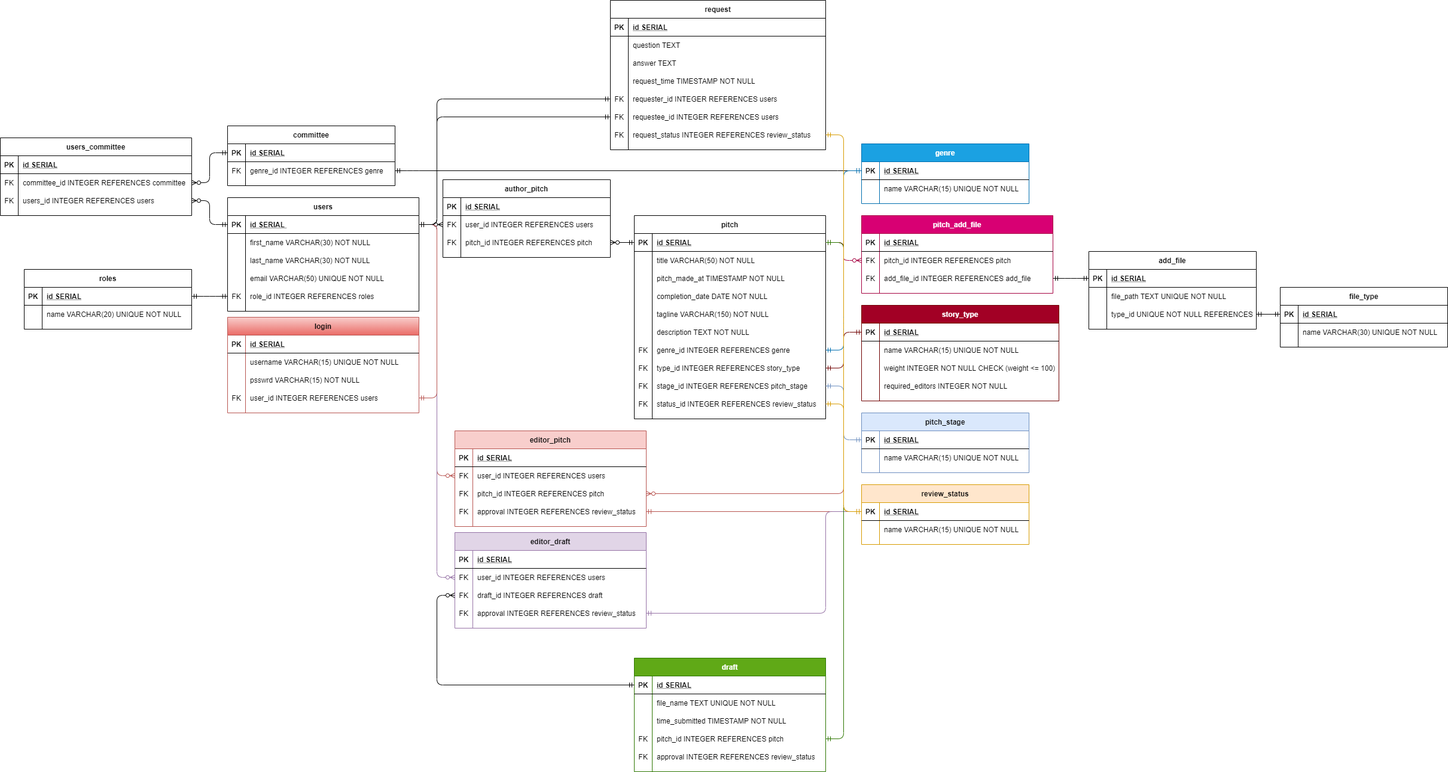
Above: Project1/SPMS_ERD.png in irtalla/2011-nov9-usf (draw.io), before the change. Source tidied: cells renumbered, new cells last; positions are measured from the earlier drawing's top-left corner, leaving out a move shared by most shapes.
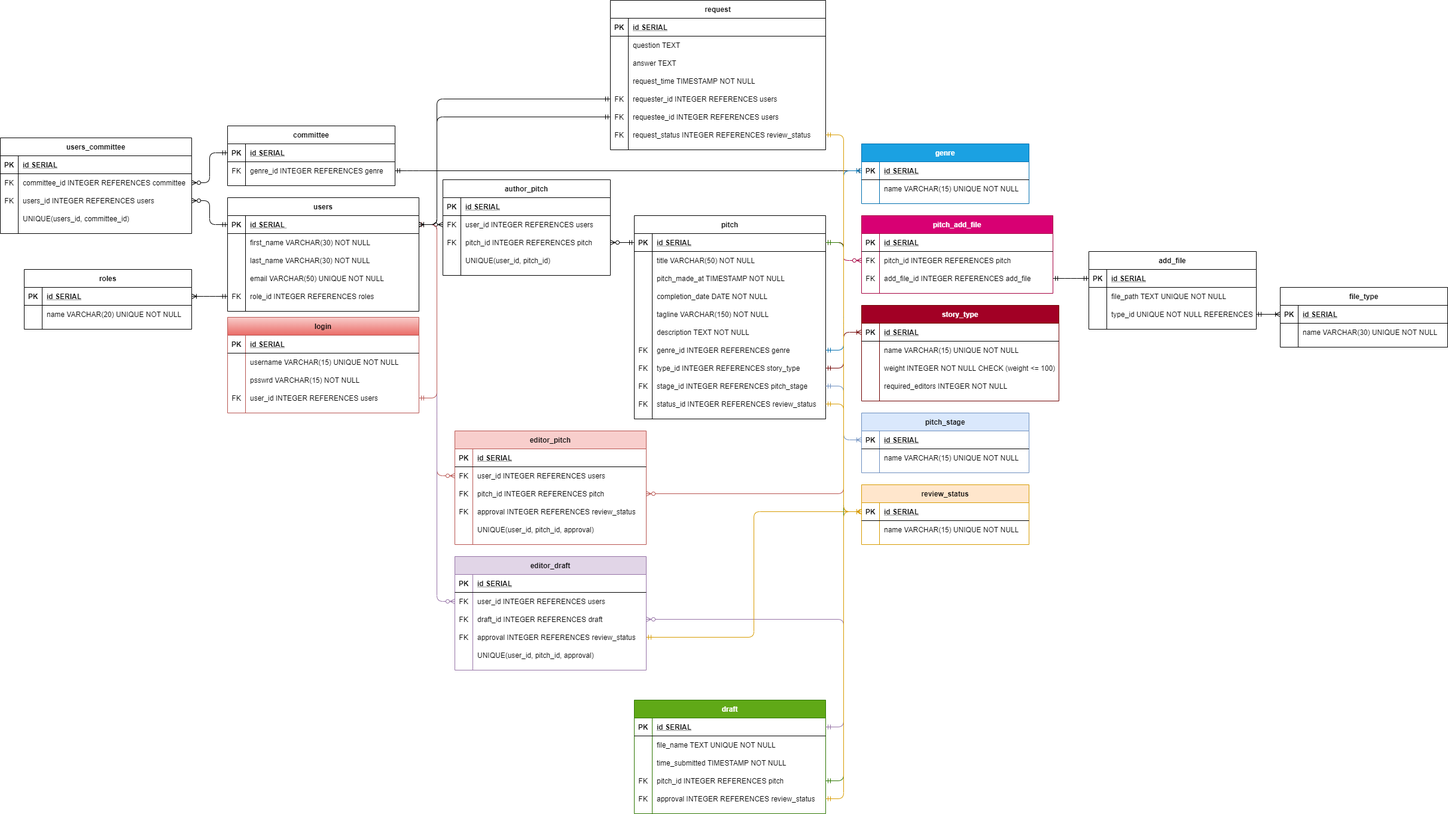
After the commit.

Commit message:
Updated SPMS_ERD

Change to the diagram source:
```diff
@@ -93,7 +93,7 @@
       <mxGeometry x="30" width="250" height="30" as="geometry" />
     </mxCell>
     <mxCell id="32" value="users_committee" style="shape=table;startSize=30;rowLines=0;fontStyle=1;align=center;" parent="1" vertex="1">
-      <mxGeometry y="230" width="320" height="130" as="geometry" />
+      <mxGeometry y="230" width="320" height="160" as="geometry" />
     </mxCell>
     <mxCell id="33" style="shape=partialRectangle;fillColor=none;top=0;left=0;bottom=1;right=0;" parent="32" vertex="1">
       <mxGeometry y="30" width="320" height="30" as="geometry" />
@@ -122,6 +122,15 @@
     <mxCell id="41" value="users_id INTEGER REFERENCES users" style="shape=partialRectangle;fillColor=none;top=0;left=0;bottom=0;right=0;align=left;spacingLeft=6;overflow=hidden;" parent="39" vertex="1">
       <mxGeometry x="30" width="290" height="30" as="geometry" />
     </mxCell>
+    <mxCell id="245" style="shape=partialRectangle;fillColor=none;top=0;left=0;bottom=0;right=0;" parent="32" vertex="1">
+      <mxGeometry y="120" width="320" height="30" as="geometry" />
+    </mxCell>
+    <mxCell id="246" style="shape=partialRectangle;fillColor=none;top=0;left=0;bottom=0;right=0;overflow=hidden;" parent="245" vertex="1">
+      <mxGeometry width="30" height="30" as="geometry" />
+    </mxCell>
+    <mxCell id="247" value="UNIQUE(users_id, committee_id)" style="shape=partialRectangle;fillColor=none;top=0;left=0;bottom=0;right=0;align=left;spacingLeft=6;overflow=hidden;" parent="245" vertex="1">
+      <mxGeometry x="30" width="290" height="30" as="geometry" />
+    </mxCell>
     <mxCell id="42" style="edgeStyle=entityRelationEdgeStyle;fontSize=12;html=1;endArrow=ERzeroToMany;startArrow=ERmandOne;" parent="1" edge="1" source="26" target="36">
       <mxGeometry relative="1" as="geometry" />
     </mxCell>
@@ -242,11 +251,11 @@
     <mxCell id="81" value="name VARCHAR(15) UNIQUE NOT NULL" style="shape=partialRectangle;fillColor=none;top=0;left=0;bottom=0;right=0;align=left;spacingLeft=6;overflow=hidden;" parent="79" vertex="1">
       <mxGeometry x="30" width="250" height="30" as="geometry" />
     </mxCell>
-    <mxCell id="82" style="edgeStyle=entityRelationEdgeStyle;fontSize=12;html=1;endArrow=ERmandOne;startArrow=ERmandOne;fillColor=#ffe6cc;strokeColor=#d79b00;" parent="1" edge="1" source="72" target="76">
+    <mxCell id="82" style="edgeStyle=entityRelationEdgeStyle;fontSize=12;html=1;endArrow=ERoneToMany;startArrow=ERmandOne;fillColor=#ffe6cc;strokeColor=#d79b00;endFill=0;" parent="1" edge="1" source="72" target="76">
       <mxGeometry relative="1" as="geometry" />
     </mxCell>
     <mxCell id="83" value="author_pitch" style="shape=table;startSize=30;rowLines=0;fontStyle=1;align=center;" parent="1" vertex="1">
-      <mxGeometry x="740" y="300" width="280" height="130" as="geometry" />
+      <mxGeometry x="740" y="300" width="280" height="160" as="geometry" />
     </mxCell>
     <mxCell id="84" style="shape=partialRectangle;fillColor=none;top=0;left=0;bottom=1;right=0;" parent="83" vertex="1">
       <mxGeometry y="30" width="280" height="30" as="geometry" />
@@ -275,6 +284,15 @@
     <mxCell id="92" value="pitch_id INTEGER REFERENCES pitch" style="shape=partialRectangle;fillColor=none;top=0;left=0;bottom=0;right=0;align=left;spacingLeft=6;overflow=hidden;" parent="90" vertex="1">
       <mxGeometry x="30" width="250" height="30" as="geometry" />
     </mxCell>
+    <mxCell id="248" style="shape=partialRectangle;fillColor=none;top=0;left=0;bottom=0;right=0;" parent="83" vertex="1">
+      <mxGeometry y="120" width="280" height="30" as="geometry" />
+    </mxCell>
+    <mxCell id="249" style="shape=partialRectangle;fillColor=none;top=0;left=0;bottom=0;right=0;overflow=hidden;" parent="248" vertex="1">
+      <mxGeometry width="30" height="30" as="geometry" />
+    </mxCell>
+    <mxCell id="250" value="UNIQUE(user_id, pitch_id)" style="shape=partialRectangle;fillColor=none;top=0;left=0;bottom=0;right=0;align=left;spacingLeft=6;overflow=hidden;" parent="248" vertex="1">
+      <mxGeometry x="30" width="250" height="30" as="geometry" />
+    </mxCell>
     <mxCell id="93" style="edgeStyle=entityRelationEdgeStyle;fontSize=12;html=1;endArrow=ERzeroToMany;startArrow=ERmandOne;" parent="1" edge="1" source="3" target="87">
       <mxGeometry relative="1" as="geometry" />
     </mxCell>
@@ -320,7 +338,7 @@
     <mxCell id="107" value="required_editors INTEGER NOT NULL" style="shape=partialRectangle;fillColor=none;top=0;left=0;bottom=0;right=0;align=left;spacingLeft=6;overflow=hidden;" parent="105" vertex="1">
       <mxGeometry x="30" width="300" height="30" as="geometry" />
     </mxCell>
-    <mxCell id="108" style="edgeStyle=entityRelationEdgeStyle;fontSize=12;html=1;endArrow=ERmandOne;startArrow=ERmandOne;fillColor=#a20025;strokeColor=#6F0000;" parent="1" edge="1" source="66" target="96">
+    <mxCell id="108" style="edgeStyle=entityRelationEdgeStyle;fontSize=12;html=1;endArrow=ERoneToMany;startArrow=ERmandOne;fillColor=#a20025;strokeColor=#6F0000;endFill=0;" parent="1" edge="1" source="66" target="96">
       <mxGeometry relative="1" as="geometry" />
     </mxCell>
     <mxCell id="109" value="genre" style="shape=table;startSize=30;rowLines=0;fontStyle=1;align=center;fillColor=#1ba1e2;strokeColor=#006EAF;fontColor=#ffffff;" parent="1" vertex="1">
@@ -431,11 +449,11 @@
     <mxCell id="144" value="name VARCHAR(15) UNIQUE NOT NULL" style="shape=partialRectangle;fillColor=none;top=0;left=0;bottom=0;right=0;align=left;spacingLeft=6;overflow=hidden;" parent="142" vertex="1">
       <mxGeometry x="30" width="250" height="30" as="geometry" />
     </mxCell>
-    <mxCell id="145" style="edgeStyle=entityRelationEdgeStyle;fontSize=12;html=1;endArrow=ERmandOne;startArrow=ERmandOne;fillColor=#dae8fc;strokeColor=#6c8ebf;" parent="1" edge="1" source="139" target="69">
+    <mxCell id="145" style="edgeStyle=entityRelationEdgeStyle;fontSize=12;html=1;endArrow=ERmandOne;startArrow=ERoneToMany;fillColor=#dae8fc;strokeColor=#6c8ebf;endFill=0;startFill=0;" parent="1" edge="1" source="139" target="69">
       <mxGeometry relative="1" as="geometry" />
     </mxCell>
     <mxCell id="146" value="editor_pitch" style="shape=table;startSize=30;rowLines=0;fontStyle=1;align=center;fillColor=#f8cecc;strokeColor=#b85450;" parent="1" vertex="1">
-      <mxGeometry x="760" y="720" width="320" height="160" as="geometry" />
+      <mxGeometry x="760" y="720" width="320" height="190" as="geometry" />
     </mxCell>
     <mxCell id="147" style="shape=partialRectangle;fillColor=none;top=0;left=0;bottom=1;right=0;" parent="146" vertex="1">
       <mxGeometry y="30" width="320" height="30" as="geometry" />
@@ -473,17 +491,23 @@
     <mxCell id="158" value="approval INTEGER REFERENCES review_status" style="shape=partialRectangle;fillColor=none;top=0;left=0;bottom=0;right=0;align=left;spacingLeft=6;overflow=hidden;" parent="156" vertex="1">
       <mxGeometry x="30" width="290" height="30" as="geometry" />
     </mxCell>
+    <mxCell id="251" style="shape=partialRectangle;fillColor=none;top=0;left=0;bottom=0;right=0;" parent="146" vertex="1">
+      <mxGeometry y="150" width="320" height="30" as="geometry" />
+    </mxCell>
+    <mxCell id="252" style="shape=partialRectangle;fillColor=none;top=0;left=0;bottom=0;right=0;overflow=hidden;" parent="251" vertex="1">
+      <mxGeometry width="30" height="30" as="geometry" />
+    </mxCell>
+    <mxCell id="253" value="UNIQUE(user_id, pitch_id, approval)" style="shape=partialRectangle;fillColor=none;top=0;left=0;bottom=0;right=0;align=left;spacingLeft=6;overflow=hidden;" parent="251" vertex="1">
+      <mxGeometry x="30" width="290" height="30" as="geometry" />
+    </mxCell>
     <mxCell id="159" style="edgeStyle=entityRelationEdgeStyle;fontSize=12;html=1;endArrow=ERzeroToMany;startArrow=ERmandOne;fillColor=#f8cecc;strokeColor=#b85450;" parent="1" edge="1" source="3" target="150">
       <mxGeometry relative="1" as="geometry" />
     </mxCell>
     <mxCell id="160" style="edgeStyle=entityRelationEdgeStyle;fontSize=12;html=1;endArrow=ERzeroToMany;startArrow=ERmandOne;fillColor=#f8cecc;strokeColor=#b85450;" parent="1" edge="1" source="45" target="153">
       <mxGeometry relative="1" as="geometry" />
     </mxCell>
-    <mxCell id="161" style="edgeStyle=orthogonalEdgeStyle;fontSize=12;html=1;endArrow=ERmandOne;startArrow=ERmandOne;fillColor=#f8cecc;strokeColor=#b85450;jumpStyle=none;" parent="1" edge="1" source="156" target="76">
-      <mxGeometry relative="1" as="geometry" />
-    </mxCell>
     <mxCell id="162" value="draft" style="shape=table;startSize=30;rowLines=0;fontStyle=1;align=center;fillColor=#60a917;strokeColor=#2D7600;fontColor=#ffffff;" parent="1" vertex="1">
-      <mxGeometry x="1060" y="1100" width="320" height="190" as="geometry" />
+      <mxGeometry x="1060" y="1170" width="320" height="190" as="geometry" />
     </mxCell>
     <mxCell id="163" style="shape=partialRectangle;fillColor=none;top=0;left=0;bottom=1;right=0;points=[[0,0.5],[1,0.5]];portConstraint=eastwest;" parent="162" vertex="1">
       <mxGeometry y="30" width="320" height="30" as="geometry" />
@@ -531,7 +555,7 @@
       <mxGeometry x="30" width="290" height="30" as="geometry" />
     </mxCell>
     <mxCell id="178" value="editor_draft" style="shape=table;startSize=30;rowLines=0;fontStyle=1;align=center;fillColor=#e1d5e7;strokeColor=#9673a6;" parent="1" vertex="1">
-      <mxGeometry x="760" y="890" width="320" height="160" as="geometry" />
+      <mxGeometry x="760" y="930" width="320" height="190" as="geometry" />
     </mxCell>
     <mxCell id="179" style="shape=partialRectangle;fillColor=none;top=0;left=0;bottom=1;right=0;" parent="178" vertex="1">
       <mxGeometry y="30" width="320" height="30" as="geometry" />
@@ -569,29 +593,22 @@
     <mxCell id="190" value="approval INTEGER REFERENCES review_status" style="shape=partialRectangle;fillColor=none;top=0;left=0;bottom=0;right=0;align=left;spacingLeft=6;overflow=hidden;" parent="188" vertex="1">
       <mxGeometry x="30" width="290" height="30" as="geometry" />
     </mxCell>
+    <mxCell id="254" style="shape=partialRectangle;fillColor=none;top=0;left=0;bottom=0;right=0;" parent="178" vertex="1">
+      <mxGeometry y="150" width="320" height="30" as="geometry" />
+    </mxCell>
+    <mxCell id="255" style="shape=partialRectangle;fillColor=none;top=0;left=0;bottom=0;right=0;overflow=hidden;" parent="254" vertex="1">
+      <mxGeometry width="30" height="30" as="geometry" />
+    </mxCell>
+    <mxCell id="256" value="UNIQUE(user_id, pitch_id, approval)" style="shape=partialRectangle;fillColor=none;top=0;left=0;bottom=0;right=0;align=left;spacingLeft=6;overflow=hidden;" parent="254" vertex="1">
+      <mxGeometry x="30" width="290" height="30" as="geometry" />
+    </mxCell>
     <mxCell id="191" style="edgeStyle=entityRelationEdgeStyle;fontSize=12;html=1;endArrow=ERzeroToMany;startArrow=ERmandOne;fillColor=#e1d5e7;strokeColor=#9673a6;" parent="1" edge="1" source="3" target="182">
       <mxGeometry relative="1" as="geometry" />
     </mxCell>
-    <mxCell id="192" style="edgeStyle=orthogonalEdgeStyle;fontSize=12;html=1;endArrow=ERzeroToMany;startArrow=ERmandOne;exitX=0;exitY=0.5;exitDx=0;exitDy=0;" parent="1" edge="1" source="163" target="185">
-      <mxGeometry relative="1" as="geometry">
-        <Array as="points">
-          <mxPoint x="730" y="1145" />
-          <mxPoint x="730" y="995" />
-        </Array>
-      </mxGeometry>
-    </mxCell>
-    <mxCell id="193" style="edgeStyle=orthogonalEdgeStyle;fontSize=12;html=1;endArrow=ERmandOne;startArrow=ERmandOne;entryX=0;entryY=0.5;entryDx=0;entryDy=0;fillColor=#e1d5e7;strokeColor=#9673a6;" parent="1" edge="1" source="188" target="76">
-      <mxGeometry relative="1" as="geometry">
-        <Array as="points">
-          <mxPoint x="1380" y="1025" />
-          <mxPoint x="1380" y="855" />
-        </Array>
-      </mxGeometry>
-    </mxCell>
     <mxCell id="194" style="edgeStyle=entityRelationEdgeStyle;fontSize=12;html=1;endArrow=ERmandOne;startArrow=ERmandOne;fillColor=#60a917;strokeColor=#2D7600;" parent="1" edge="1" source="172" target="45">
       <mxGeometry relative="1" as="geometry" />
     </mxCell>
-    <mxCell id="195" style="edgeStyle=entityRelationEdgeStyle;fontSize=12;html=1;endArrow=ERmandOne;startArrow=ERmandOne;fillColor=#1ba1e2;strokeColor=#006EAF;" parent="1" edge="1" source="63" target="110">
+    <mxCell id="195" style="edgeStyle=entityRelationEdgeStyle;fontSize=12;html=1;endArrow=ERoneToMany;startArrow=ERmandOne;fillColor=#1ba1e2;strokeColor=#006EAF;endFill=0;" parent="1" edge="1" source="63" target="110">
       <mxGeometry relative="1" as="geometry" />
     </mxCell>
     <mxCell id="196" value="login" style="shape=table;startSize=30;rowLines=0;fontStyle=1;align=center;fillColor=#f8cecc;strokeColor=#b85450;gradientColor=#ea6b66;" parent="1" vertex="1">
@@ -639,7 +656,7 @@
     <mxCell id="210" style="edgeStyle=entityRelationEdgeStyle;fontSize=12;html=1;endArrow=ERmandOne;startArrow=ERmandOne;" parent="1" edge="1" source="124" target="129">
       <mxGeometry relative="1" as="geometry" />
     </mxCell>
-    <mxCell id="211" style="edgeStyle=entityRelationEdgeStyle;fontSize=12;html=1;endArrow=ERmandOne;startArrow=ERmandOne;" parent="1" edge="1" source="19" target="15">
+    <mxCell id="211" style="edgeStyle=entityRelationEdgeStyle;fontSize=12;html=1;endArrow=ERmandOne;startArrow=ERoneToMany;endFill=0;startFill=0;" parent="1" edge="1" source="19" target="15">
       <mxGeometry relative="1" as="geometry" />
     </mxCell>
     <mxCell id="212" value="request" style="shape=table;startSize=30;rowLines=0;fontStyle=1;align=center;" parent="1" vertex="1">
@@ -708,14 +725,14 @@
     <mxCell id="233" value="request_status INTEGER REFERENCES review_status" style="shape=partialRectangle;fillColor=none;top=0;left=0;bottom=0;right=0;align=left;spacingLeft=6;fontStyle=0;overflow=hidden;" parent="231" vertex="1">
       <mxGeometry x="30" width="330" height="30" as="geometry" />
     </mxCell>
-    <mxCell id="234" style="edgeStyle=elbowEdgeStyle;fontSize=12;html=1;endArrow=ERmandOne;startArrow=ERmandOne;" parent="1" edge="1" source="3" target="228">
+    <mxCell id="234" style="edgeStyle=elbowEdgeStyle;fontSize=12;html=1;endArrow=ERmandOne;startArrow=ERoneToMany;startFill=0;" parent="1" edge="1" source="3" target="228">
       <mxGeometry relative="1" as="geometry">
         <Array as="points">
           <mxPoint x="730" y="250" />
         </Array>
       </mxGeometry>
     </mxCell>
-    <mxCell id="235" style="edgeStyle=elbowEdgeStyle;fontSize=12;html=1;endArrow=ERmandOne;startArrow=ERmandOne;" parent="1" edge="1" source="3" target="225">
+    <mxCell id="235" style="edgeStyle=elbowEdgeStyle;fontSize=12;html=1;endArrow=ERmandOne;startArrow=ERoneToMany;endFill=0;startFill=0;" parent="1" edge="1" source="3" target="225">
       <mxGeometry relative="1" as="geometry">
         <Array as="points">
           <mxPoint x="730" y="260" />
@@ -746,8 +763,17 @@
     <mxCell id="243" value="name VARCHAR(30) UNIQUE NOT NULL" style="shape=partialRectangle;fillColor=none;top=0;left=0;bottom=0;right=0;align=left;spacingLeft=6;overflow=hidden;" parent="241" vertex="1">
       <mxGeometry x="30" width="250" height="30" as="geometry" />
     </mxCell>
-    <mxCell id="244" style="edgeStyle=entityRelationEdgeStyle;fontSize=12;html=1;endArrow=ERmandOne;startArrow=ERmandOne;" parent="1" edge="1" source="135" target="238">
+    <mxCell id="244" style="edgeStyle=entityRelationEdgeStyle;fontSize=12;html=1;endArrow=ERoneToMany;startArrow=ERmandOne;endFill=0;" parent="1" edge="1" source="135" target="238">
       <mxGeometry relative="1" as="geometry" />
     </mxCell>
+    <mxCell id="192" style="edgeStyle=entityRelationEdgeStyle;fontSize=12;html=1;endArrow=ERzeroToMany;startArrow=ERmandOne;fillColor=#e1d5e7;strokeColor=#9673a6;" parent="1" edge="1" source="163" target="185">
+      <mxGeometry relative="1" as="geometry" />
+    </mxCell>
+    <mxCell id="193" style="edgeStyle=orthogonalEdgeStyle;fontSize=12;html=1;endArrow=ERoneToMany;startArrow=ERmandOne;fillColor=#ffe6cc;strokeColor=#d79b00;" parent="1" edge="1" source="188" target="76">
+      <mxGeometry relative="1" as="geometry" />
+    </mxCell>
+    <mxCell id="257" style="edgeStyle=entityRelationEdgeStyle;fontSize=12;html=1;endArrow=ERoneToMany;startArrow=ERmandOne;entryX=0;entryY=0.5;entryDx=0;entryDy=0;fillColor=#ffe6cc;strokeColor=#d79b00;" parent="1" edge="1" source="175" target="76">
+      <mxGeometry relative="1" as="geometry" />
+    </mxCell>
   </root>
 </mxGraphModel>
```
